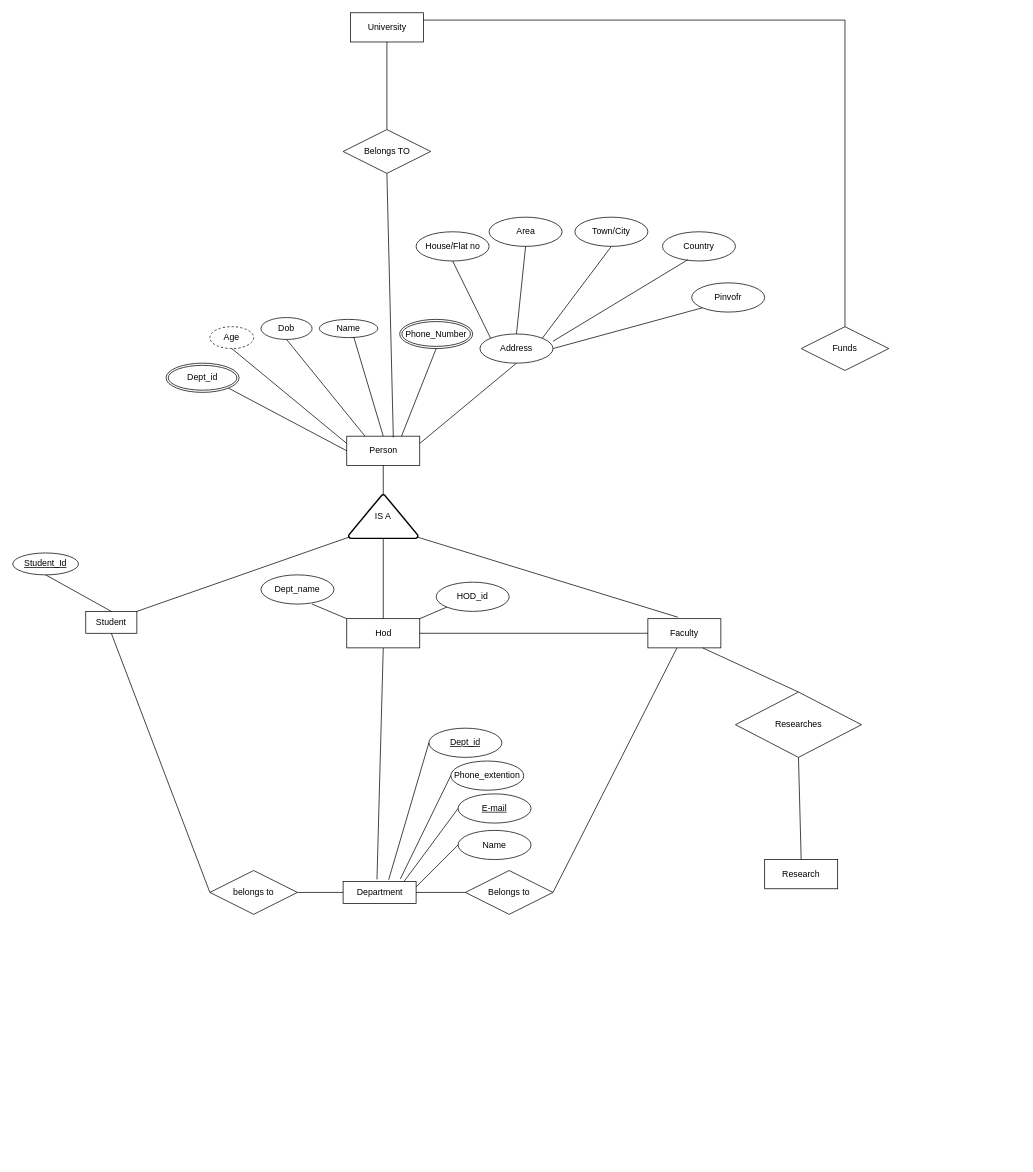
Above: Untitled Diagram.drawio in ckarandev010/DBMS-ERS (draw.io), before the change. Source tidied: cells renumbered, new cells numbered last; positions are measured from the earlier drawing's top-left corner, leaving out a move shared by most shapes. Both pictures are drawn from the tidied source at 73%, with x=0, y=0 at pixel (12, 12).
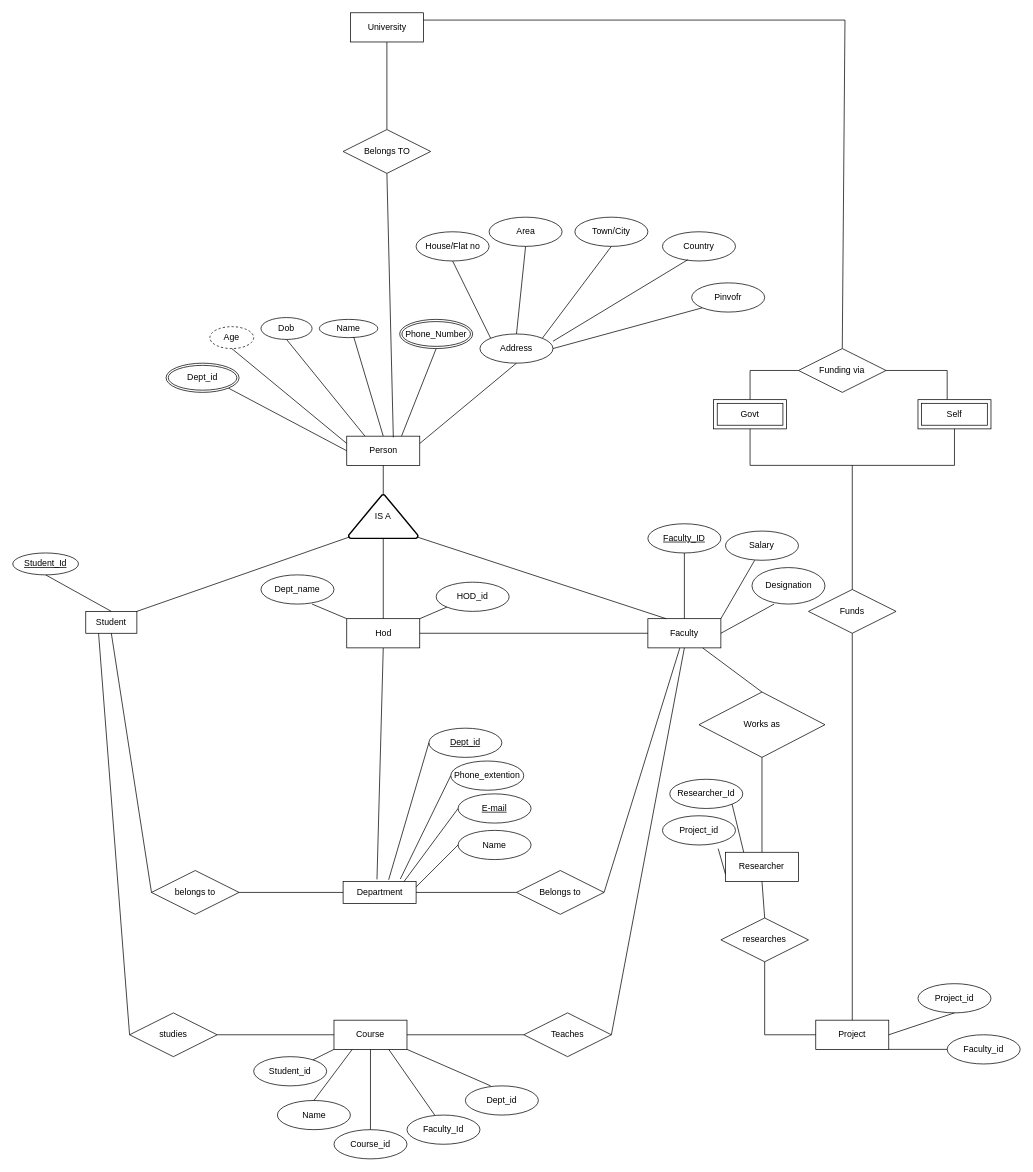
After the change.

Unchanged cells that the change refers to:
```xml
<mxCell id="12" value="Student" style="whiteSpace=wrap;html=1;align=center;" parent="1" vertex="1">
  <mxGeometry x="100" y="820" width="70" height="30" as="geometry" />
</mxCell>
<mxCell id="15" value="Faculty" style="whiteSpace=wrap;html=1;align=center;" parent="1" vertex="1">
  <mxGeometry x="870" y="830" width="100" height="40" as="geometry" />
</mxCell>
<mxCell id="26" value="IS A" style="strokeWidth=2;html=1;shape=mxgraph.flowchart.extract_or_measurement;whiteSpace=wrap;" parent="1" vertex="1">
  <mxGeometry x="460" y="660" width="95" height="60" as="geometry" />
</mxCell>
```

Change to the diagram source:
```diff
@@
     <mxCell id="22" value="belongs to" style="shape=rhombus;perimeter=rhombusPerimeter;whiteSpace=wrap;html=1;align=center;" parent="1" vertex="1">
-      <mxGeometry x="270" y="1175" width="120" height="60" as="geometry" />
+      <mxGeometry x="190" y="1175" width="120" height="60" as="geometry" />
     </mxCell>
@@
     <mxCell id="24" value="Belongs to" style="shape=rhombus;perimeter=rhombusPerimeter;whiteSpace=wrap;html=1;align=center;" parent="1" vertex="1">
-      <mxGeometry x="620" y="1175" width="120" height="60" as="geometry" />
+      <mxGeometry x="690" y="1175" width="120" height="60" as="geometry" />
     </mxCell>
@@
-    <mxCell id="30" style="endArrow=none;html=1;rounded=0;entryX=0.41;entryY=-0.05;entryDx=0;entryDy=0;entryPerimeter=0;exitX=0.99;exitY=0.97;exitDx=0;exitDy=0;exitPerimeter=0;" parent="1" edge="1" source="26" target="15">
+    <mxCell id="30" style="endArrow=none;html=1;rounded=0;exitX=0.99;exitY=0.97;exitDx=0;exitDy=0;exitPerimeter=0;entryX=0.25;entryY=0;entryDx=0;entryDy=0;" parent="1" edge="1" source="26" target="15">
       <mxGeometry relative="1" as="geometry" />
     </mxCell>
@@
-    <mxCell id="57" value="Researches" style="shape=rhombus;perimeter=rhombusPerimeter;whiteSpace=wrap;html=1;align=center;rotation=0;" parent="1" vertex="1">
-      <mxGeometry x="990" y="930.5" width="172.6" height="89.5" as="geometry" />
+    <mxCell id="57" value="Works as" style="shape=rhombus;perimeter=rhombusPerimeter;whiteSpace=wrap;html=1;align=center;rotation=0;" parent="1" vertex="1">
+      <mxGeometry x="940" y="930.5" width="172.6" height="89.5" as="geometry" />
     </mxCell>
@@
-    <mxCell id="63" value="Research" style="whiteSpace=wrap;html=1;align=center;" parent="1" vertex="1">
-      <mxGeometry x="1030" y="1160" width="100" height="40" as="geometry" />
+    <mxCell id="63" value="Researcher" style="whiteSpace=wrap;html=1;align=center;" parent="1" vertex="1">
+      <mxGeometry x="976.3" y="1150" width="100" height="40" as="geometry" />
     </mxCell>
@@
-    <mxCell id="66" value="Funds" style="shape=rhombus;perimeter=rhombusPerimeter;whiteSpace=wrap;html=1;align=center;" parent="1" vertex="1">
-      <mxGeometry x="1080" y="430" width="120" height="60" as="geometry" />
+    <mxCell id="66" value="Funding via" style="shape=rhombus;perimeter=rhombusPerimeter;whiteSpace=wrap;html=1;align=center;" parent="1" vertex="1">
+      <mxGeometry x="1076.3" y="460" width="120" height="60" as="geometry" />
     </mxCell>
+    <mxCell id="67" style="endArrow=none;html=1;rounded=0;entryX=0;entryY=0.5;entryDx=0;entryDy=0;" parent="1" edge="1" target="66">
+      <mxGeometry relative="1" as="geometry">
+        <mxPoint x="1010" y="530" as="sourcePoint" />
+        <Array as="points">
+          <mxPoint x="1010" y="490" />
+        </Array>
+      </mxGeometry>
+    </mxCell>
+    <mxCell id="68" value="Govt" style="shape=ext;margin=3;double=1;whiteSpace=wrap;html=1;align=center;" parent="1" vertex="1">
+      <mxGeometry x="960" y="530" width="100" height="40" as="geometry" />
+    </mxCell>
+    <mxCell id="69" style="endArrow=none;html=1;rounded=0;exitX=1;exitY=0.5;exitDx=0;exitDy=0;" parent="1" edge="1" source="66">
+      <mxGeometry relative="1" as="geometry">
+        <mxPoint x="1280" y="530" as="targetPoint" />
+        <Array as="points">
+          <mxPoint x="1280" y="490" />
+        </Array>
+      </mxGeometry>
+    </mxCell>
+    <mxCell id="70" value="Self" style="shape=ext;margin=3;double=1;whiteSpace=wrap;html=1;align=center;" parent="1" vertex="1">
+      <mxGeometry x="1240" y="530" width="100" height="40" as="geometry" />
+    </mxCell>
+    <mxCell id="71" style="endArrow=none;html=1;rounded=0;exitX=0.5;exitY=1;exitDx=0;exitDy=0;" parent="1" edge="1" source="68">
+      <mxGeometry relative="1" as="geometry">
+        <mxPoint x="1010" y="620" as="targetPoint" />
+      </mxGeometry>
+    </mxCell>
+    <mxCell id="72" style="endArrow=none;html=1;rounded=0;entryX=0.5;entryY=1;entryDx=0;entryDy=0;" parent="1" edge="1" target="70">
+      <mxGeometry relative="1" as="geometry">
+        <mxPoint x="1290" y="620" as="sourcePoint" />
+      </mxGeometry>
+    </mxCell>
+    <mxCell id="73" style="endArrow=none;html=1;rounded=0;" parent="1" edge="1">
+      <mxGeometry relative="1" as="geometry">
+        <mxPoint x="1010" y="620" as="sourcePoint" />
+        <mxPoint x="1290" y="620" as="targetPoint" />
+      </mxGeometry>
+    </mxCell>
+    <mxCell id="74" style="endArrow=none;html=1;rounded=0;startArrow=none;entryX=0.5;entryY=0;entryDx=0;entryDy=0;" parent="1" edge="1" source="75" target="81">
+      <mxGeometry relative="1" as="geometry" />
+    </mxCell>
+    <mxCell id="75" value="Funds" style="shape=rhombus;perimeter=rhombusPerimeter;whiteSpace=wrap;html=1;align=center;" parent="1" vertex="1">
+      <mxGeometry x="1090" y="790" width="120" height="60" as="geometry" />
+    </mxCell>
+    <mxCell id="76" style="endArrow=none;html=1;rounded=0;" parent="1" edge="1" target="75">
+      <mxGeometry relative="1" as="geometry">
+        <mxPoint x="1150" y="620" as="sourcePoint" />
+      </mxGeometry>
+    </mxCell>
+    <mxCell id="77" value="Researcher_Id" style="ellipse;whiteSpace=wrap;html=1;align=center;" parent="1" vertex="1">
+      <mxGeometry x="900" y="1050" width="100" height="40" as="geometry" />
+    </mxCell>
+    <mxCell id="78" value="Project_id" style="ellipse;whiteSpace=wrap;html=1;align=center;" parent="1" vertex="1">
+      <mxGeometry x="890" y="1100" width="100" height="40" as="geometry" />
+    </mxCell>
+    <mxCell id="79" style="endArrow=none;html=1;rounded=0;entryX=0;entryY=0.75;entryDx=0;entryDy=0;exitX=0.763;exitY=1.125;exitDx=0;exitDy=0;exitPerimeter=0;" parent="1" edge="1" source="78" target="63">
+      <mxGeometry relative="1" as="geometry" />
+    </mxCell>
+    <mxCell id="80" style="endArrow=none;html=1;rounded=0;exitX=1;exitY=1;exitDx=0;exitDy=0;entryX=0.25;entryY=0;entryDx=0;entryDy=0;" parent="1" edge="1" source="77" target="63">
+      <mxGeometry relative="1" as="geometry" />
+    </mxCell>
+    <mxCell id="81" value="Project" style="whiteSpace=wrap;html=1;align=center;" parent="1" vertex="1">
+      <mxGeometry x="1100" y="1380" width="100" height="40" as="geometry" />
+    </mxCell>
+    <mxCell id="82" value="researches" style="shape=rhombus;perimeter=rhombusPerimeter;whiteSpace=wrap;html=1;align=center;" parent="1" vertex="1">
+      <mxGeometry x="970" y="1240" width="120" height="60" as="geometry" />
+    </mxCell>
+    <mxCell id="83" style="endArrow=none;html=1;rounded=0;entryX=0;entryY=0.5;entryDx=0;entryDy=0;exitX=0.5;exitY=1;exitDx=0;exitDy=0;" parent="1" edge="1" source="82" target="81">
+      <mxGeometry relative="1" as="geometry">
+        <Array as="points">
+          <mxPoint x="1030" y="1400" />
+        </Array>
+      </mxGeometry>
+    </mxCell>
+    <mxCell id="84" style="endArrow=none;html=1;rounded=0;exitX=0.5;exitY=1;exitDx=0;exitDy=0;entryX=0.5;entryY=0;entryDx=0;entryDy=0;" parent="1" edge="1" source="63" target="82">
+      <mxGeometry relative="1" as="geometry" />
+    </mxCell>
+    <mxCell id="85" value="Project_id" style="ellipse;whiteSpace=wrap;html=1;align=center;" parent="1" vertex="1">
+      <mxGeometry x="1240" y="1330" width="100" height="40" as="geometry" />
+    </mxCell>
+    <mxCell id="86" style="endArrow=none;html=1;rounded=0;exitX=1;exitY=0.5;exitDx=0;exitDy=0;entryX=0.5;entryY=1;entryDx=0;entryDy=0;" parent="1" edge="1" source="81" target="85">
+      <mxGeometry relative="1" as="geometry" />
+    </mxCell>
+    <mxCell id="87" value="Faculty_id" style="ellipse;whiteSpace=wrap;html=1;align=center;" parent="1" vertex="1">
+      <mxGeometry x="1280" y="1400" width="100" height="40" as="geometry" />
+    </mxCell>
+    <mxCell id="88" style="endArrow=none;html=1;rounded=0;entryX=0;entryY=0.5;entryDx=0;entryDy=0;exitX=1;exitY=1;exitDx=0;exitDy=0;" parent="1" edge="1" source="81" target="87">
+      <mxGeometry relative="1" as="geometry" />
+    </mxCell>
+    <mxCell id="89" style="endArrow=none;html=1;rounded=0;exitX=0.5;exitY=1;exitDx=0;exitDy=0;entryX=0.5;entryY=0;entryDx=0;entryDy=0;" parent="1" edge="1" source="108" target="15">
+      <mxGeometry relative="1" as="geometry" />
+    </mxCell>
+    <mxCell id="90" style="endArrow=none;html=1;rounded=0;exitX=1;exitY=0;exitDx=0;exitDy=0;entryX=0.4;entryY=1;entryDx=0;entryDy=0;entryPerimeter=0;" parent="1" edge="1" source="15" target="91">
+      <mxGeometry relative="1" as="geometry" />
+    </mxCell>
+    <mxCell id="91" value="Salary" style="ellipse;whiteSpace=wrap;html=1;align=center;" parent="1" vertex="1">
+      <mxGeometry x="976.3" y="710" width="100" height="40" as="geometry" />
+    </mxCell>
+    <mxCell id="92" value="Designation" style="ellipse;whiteSpace=wrap;html=1;align=center;" parent="1" vertex="1">
+      <mxGeometry x="1012.6" y="760" width="100" height="50" as="geometry" />
+    </mxCell>
+    <mxCell id="93" style="endArrow=none;html=1;rounded=0;exitX=1;exitY=0.5;exitDx=0;exitDy=0;entryX=0.304;entryY=1;entryDx=0;entryDy=0;entryPerimeter=0;" parent="1" edge="1" source="15" target="92">
+      <mxGeometry relative="1" as="geometry" />
+    </mxCell>
+    <mxCell id="94" value="Course" style="whiteSpace=wrap;html=1;align=center;" parent="1" vertex="1">
+      <mxGeometry x="440" y="1380" width="100" height="40" as="geometry" />
+    </mxCell>
+    <mxCell id="95" value="Teaches" style="shape=rhombus;perimeter=rhombusPerimeter;whiteSpace=wrap;html=1;align=center;" parent="1" vertex="1">
+      <mxGeometry x="700" y="1370" width="120" height="60" as="geometry" />
+    </mxCell>
+    <mxCell id="96" style="endArrow=none;html=1;rounded=0;exitX=1;exitY=0.5;exitDx=0;exitDy=0;entryX=0.5;entryY=1;entryDx=0;entryDy=0;" parent="1" edge="1" source="95" target="15">
+      <mxGeometry relative="1" as="geometry" />
+    </mxCell>
+    <mxCell id="97" style="endArrow=none;html=1;rounded=0;exitX=0.25;exitY=1;exitDx=0;exitDy=0;entryX=0;entryY=0.5;entryDx=0;entryDy=0;" parent="1" edge="1" source="12" target="98">
+      <mxGeometry relative="1" as="geometry" />
+    </mxCell>
+    <mxCell id="98" value="studies" style="shape=rhombus;perimeter=rhombusPerimeter;whiteSpace=wrap;html=1;align=center;" parent="1" vertex="1">
+      <mxGeometry x="160" y="1370" width="120" height="60" as="geometry" />
+    </mxCell>
+    <mxCell id="99" style="endArrow=none;html=1;rounded=0;exitX=1;exitY=0.5;exitDx=0;exitDy=0;entryX=0;entryY=0.5;entryDx=0;entryDy=0;" parent="1" edge="1" source="98" target="94">
+      <mxGeometry relative="1" as="geometry" />
+    </mxCell>
+    <mxCell id="100" style="endArrow=none;html=1;rounded=0;exitX=1;exitY=0.5;exitDx=0;exitDy=0;entryX=0;entryY=0.5;entryDx=0;entryDy=0;" parent="1" edge="1" source="94" target="95">
+      <mxGeometry relative="1" as="geometry" />
+    </mxCell>
+    <mxCell id="101" style="endArrow=none;html=1;rounded=0;exitX=0;exitY=1;exitDx=0;exitDy=0;" parent="1" edge="1" source="94" target="102">
+      <mxGeometry relative="1" as="geometry" />
+    </mxCell>
+    <mxCell id="102" value="Student_id" style="ellipse;whiteSpace=wrap;html=1;align=center;" parent="1" vertex="1">
+      <mxGeometry x="330" y="1430" width="100" height="40" as="geometry" />
+    </mxCell>
+    <mxCell id="103" value="Name" style="ellipse;whiteSpace=wrap;html=1;align=center;" parent="1" vertex="1">
+      <mxGeometry x="362.5" y="1490" width="100" height="40" as="geometry" />
+    </mxCell>
+    <mxCell id="104" style="endArrow=none;html=1;rounded=0;exitX=0.5;exitY=0;exitDx=0;exitDy=0;entryX=0.25;entryY=1;entryDx=0;entryDy=0;" parent="1" edge="1" source="103" target="94">
+      <mxGeometry relative="1" as="geometry" />
+    </mxCell>
+    <mxCell id="105" value="Course_id" style="ellipse;whiteSpace=wrap;html=1;align=center;" parent="1" vertex="1">
+      <mxGeometry x="440" y="1530" width="100" height="40" as="geometry" />
+    </mxCell>
+    <mxCell id="106" style="endArrow=none;html=1;rounded=0;exitX=0.5;exitY=1;exitDx=0;exitDy=0;entryX=0.5;entryY=0;entryDx=0;entryDy=0;" parent="1" edge="1" source="94" target="105">
+      <mxGeometry relative="1" as="geometry" />
+    </mxCell>
+    <mxCell id="107" value="Faculty_Id" style="ellipse;whiteSpace=wrap;html=1;align=center;" parent="1" vertex="1">
+      <mxGeometry x="540" y="1510" width="100" height="40" as="geometry" />
+    </mxCell>
+    <mxCell id="108" value="Faculty_ID" style="ellipse;whiteSpace=wrap;html=1;align=center;fontStyle=4;" parent="1" vertex="1">
+      <mxGeometry x="870" y="700" width="100" height="40" as="geometry" />
+    </mxCell>
+    <mxCell id="109" style="endArrow=none;html=1;rounded=0;exitX=0.75;exitY=1;exitDx=0;exitDy=0;entryX=0.38;entryY=0;entryDx=0;entryDy=0;entryPerimeter=0;" parent="1" edge="1" source="94" target="107">
+      <mxGeometry relative="1" as="geometry" />
+    </mxCell>
+    <mxCell id="110" value="Dept_id" style="ellipse;whiteSpace=wrap;html=1;align=center;" parent="1" vertex="1">
+      <mxGeometry x="620" y="1470" width="100" height="40" as="geometry" />
+    </mxCell>
+    <mxCell id="111" style="endArrow=none;html=1;rounded=0;exitX=1;exitY=1;exitDx=0;exitDy=0;entryX=0.347;entryY=0;entryDx=0;entryDy=0;entryPerimeter=0;" parent="1" edge="1" source="94" target="110">
+      <mxGeometry relative="1" as="geometry" />
+    </mxCell>
```
